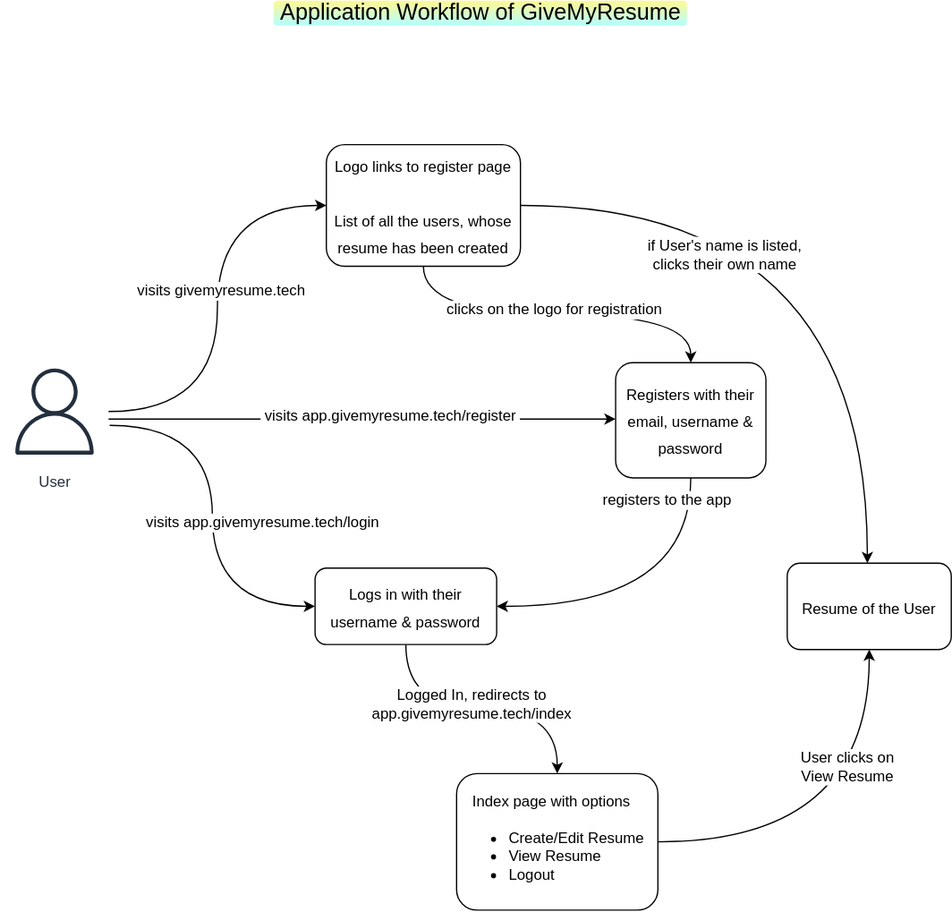
Before: app-architecture.drawio.svg, a diagram exported from draw.io (givemyresume/doc). Source tidied: cells renumbered, new cells last; positions are measured from the earlier drawing's top-left corner, leaving out a move shared by most shapes.
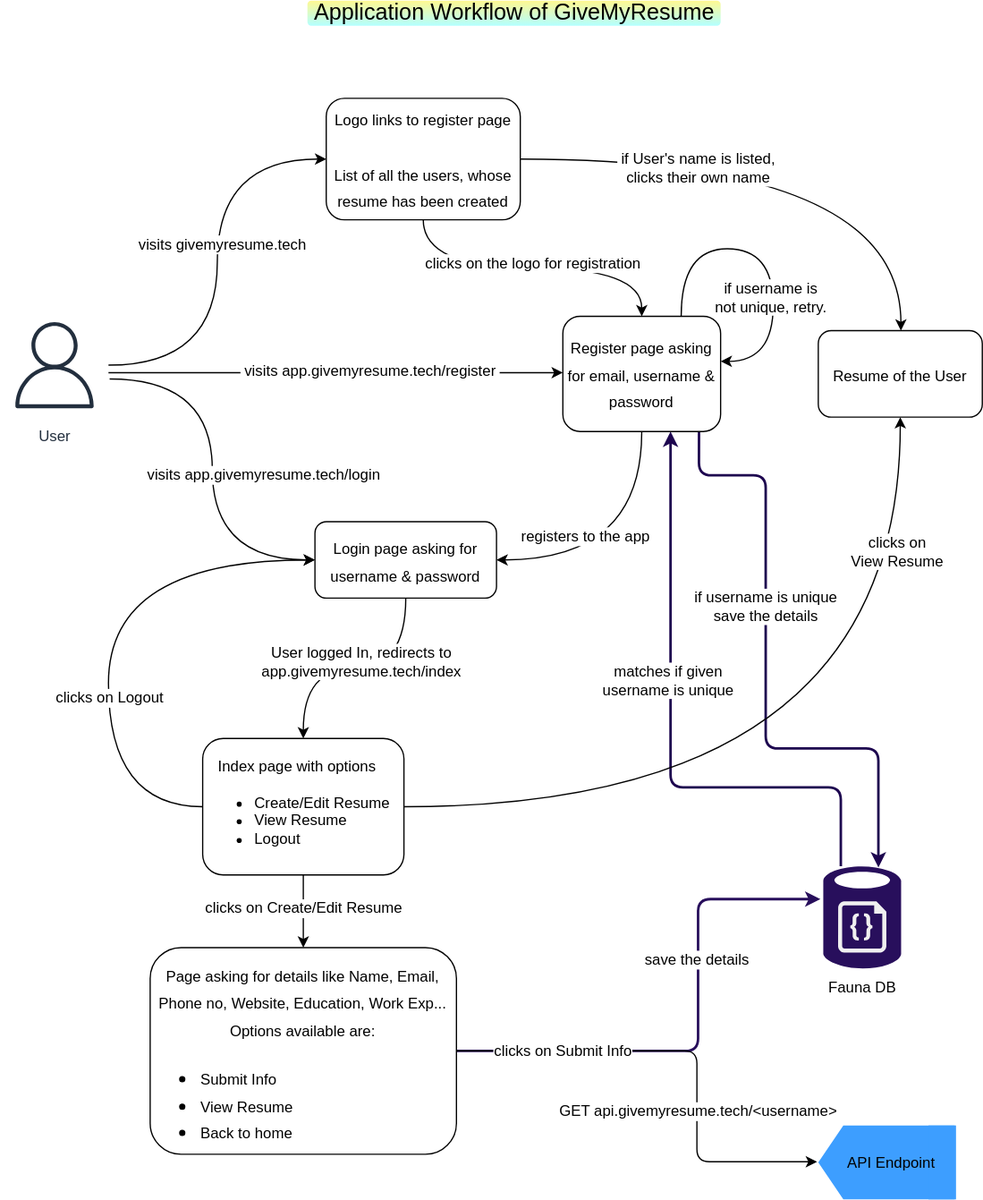
After the commit.

The edit, as a diff of the source:
```diff
@@ -2,14 +2,17 @@
   <root>
     <mxCell id="0" />
     <mxCell id="1" parent="0" />
+    <mxCell id="25" value="Fauna DB" style="sketch=0;shadow=0;dashed=0;html=1;strokeColor=none;labelPosition=center;verticalLabelPosition=bottom;verticalAlign=top;align=center;fillColor=#280F5C;shape=mxgraph.mscae.enterprise.database_generic;rounded=1;fontSize=12;" parent="1" vertex="1">
+      <mxGeometry x="648" y="727" width="62.2" height="84" as="geometry" />
+    </mxCell>
     <mxCell id="2" value="&lt;font style=&quot;font-size: 18px&quot;&gt;Application Workflow of GiveMyResume&lt;/font&gt;" style="text;html=1;align=center;verticalAlign=middle;strokeColor=none;fillColor=#FFF891;gradientColor=#B3FFFF;rounded=1;perimeterSpacing=30;strokeWidth=0;" parent="1" vertex="1">
-      <mxGeometry x="218" width="330" height="20" as="geometry" />
+      <mxGeometry x="236" y="37" width="330" height="20" as="geometry" />
     </mxCell>
     <mxCell id="3" style="edgeStyle=orthogonalEdgeStyle;jettySize=auto;html=1;fontSize=18;curved=1;" parent="1" edge="1" source="9" target="12">
       <mxGeometry relative="1" as="geometry">
         <Array as="points">
-          <mxPoint x="134" y="334" />
-          <mxPoint x="134" y="334" />
+          <mxPoint x="125" y="334" />
+          <mxPoint x="125" y="334" />
         </Array>
       </mxGeometry>
     </mxCell>
@@ -26,7 +29,11 @@
     </mxCell>
     <mxCell id="7" style="edgeStyle=orthogonalEdgeStyle;curved=1;jettySize=auto;html=1;entryX=0;entryY=0.5;entryDx=0;entryDy=0;fontSize=12;" parent="1" edge="1" target="21">
       <mxGeometry relative="1" as="geometry">
-        <mxPoint x="87" y="339" as="sourcePoint" />
+        <mxPoint x="78" y="339" as="sourcePoint" />
+        <Array as="points">
+          <mxPoint x="160" y="339" />
+          <mxPoint x="160" y="483" />
+        </Array>
       </mxGeometry>
     </mxCell>
     <mxCell id="8" value="visits app.givemyresume.tech/login" style="edgeLabel;html=1;align=center;verticalAlign=middle;fontSize=12;" parent="7" vertex="1">
@@ -35,18 +42,47 @@
       </mxGeometry>
     </mxCell>
     <mxCell id="9" value="User" style="sketch=0;outlineConnect=0;fontColor=#232F3E;gradientColor=none;strokeColor=#232F3E;fillColor=#ffffff;dashed=0;verticalLabelPosition=bottom;verticalAlign=top;align=center;html=1;fontSize=12;fontStyle=0;shape=mxgraph.aws4.resourceIcon;resIcon=mxgraph.aws4.user;rounded=1;" parent="1" vertex="1">
-      <mxGeometry y="285" width="86" height="86" as="geometry" />
+      <mxGeometry x="-9" y="285" width="86" height="86" as="geometry" />
     </mxCell>
     <mxCell id="10" style="edgeStyle=orthogonalEdgeStyle;curved=1;jettySize=auto;html=1;entryX=1;entryY=0.5;entryDx=0;entryDy=0;fontSize=12;exitX=0.5;exitY=1;exitDx=0;exitDy=0;" parent="1" edge="1" source="12" target="21">
       <mxGeometry relative="1" as="geometry" />
     </mxCell>
     <mxCell id="11" value="registers to the app" style="edgeLabel;html=1;align=center;verticalAlign=middle;fontSize=12;" parent="10" vertex="1">
       <mxGeometry x="-0.02" y="-12" relative="1" as="geometry">
-        <mxPoint x="5" y="-73" as="offset" />
+        <mxPoint x="-42" y="-7" as="offset" />
       </mxGeometry>
     </mxCell>
+    <mxCell id="26" style="edgeStyle=orthogonalEdgeStyle;jettySize=auto;html=1;fontSize=12;strokeColor=#1D054F;rounded=1;endArrow=none;endFill=0;startArrow=classic;startFill=1;strokeWidth=2;" parent="1" edge="1" source="12">
+      <mxGeometry relative="1" as="geometry">
+        <mxPoint x="662" y="728" as="targetPoint" />
+        <Array as="points">
+          <mxPoint x="526" y="665" />
+          <mxPoint x="662" y="665" />
+        </Array>
+      </mxGeometry>
+    </mxCell>
+    <mxCell id="27" value="matches if given&lt;br&gt;username is unique" style="edgeLabel;html=1;align=center;verticalAlign=middle;fontSize=12;" parent="26" vertex="1">
+      <mxGeometry x="-0.42" relative="1" as="geometry">
+        <mxPoint x="-3" y="58" as="offset" />
+      </mxGeometry>
+    </mxCell>
+    <mxCell id="28" style="edgeStyle=orthogonalEdgeStyle;rounded=1;jettySize=auto;html=1;exitX=0.863;exitY=1;exitDx=0;exitDy=0;fontSize=12;startArrow=none;startFill=0;endArrow=classic;endFill=1;strokeColor=#1D054F;entryX=0.708;entryY=0.024;entryDx=0;entryDy=0;entryPerimeter=0;exitPerimeter=0;strokeWidth=2;" parent="1" edge="1" source="12" target="25">
+      <mxGeometry relative="1" as="geometry">
+        <Array as="points">
+          <mxPoint x="549" y="416" />
+          <mxPoint x="602" y="416" />
+          <mxPoint x="602" y="634" />
+          <mxPoint x="692" y="634" />
+        </Array>
+      </mxGeometry>
+    </mxCell>
+    <mxCell id="29" value="if username is unique &lt;br&gt;save the details" style="edgeLabel;html=1;align=center;verticalAlign=middle;fontSize=12;" parent="28" vertex="1">
+      <mxGeometry x="-0.42" y="-3" relative="1" as="geometry">
+        <mxPoint x="2" y="49" as="offset" />
+      </mxGeometry>
+    </mxCell>
-    <mxCell id="12" value="&lt;font style=&quot;font-size: 12px&quot;&gt;Registers with their email, username &amp;amp; password&lt;/font&gt;" style="rounded=1;whiteSpace=wrap;html=1;fontSize=18;strokeWidth=1;fillColor=#FFFFFF;gradientColor=none;align=center;" parent="1" vertex="1">
-      <mxGeometry x="491" y="289" width="120" height="92" as="geometry" />
+    <mxCell id="12" value="&lt;font style=&quot;font-size: 12px&quot;&gt;Register page asking for email, username &amp;amp; password&lt;/font&gt;" style="rounded=1;whiteSpace=wrap;html=1;fontSize=18;strokeWidth=1;fillColor=#FFFFFF;gradientColor=none;align=center;" parent="1" vertex="1">
+      <mxGeometry x="440" y="289" width="126" height="92" as="geometry" />
     </mxCell>
     <mxCell id="13" style="edgeStyle=orthogonalEdgeStyle;curved=1;jettySize=auto;html=1;entryX=0.5;entryY=0;entryDx=0;entryDy=0;fontSize=12;exitX=0.5;exitY=1;exitDx=0;exitDy=0;" parent="1" edge="1" source="17" target="12">
       <mxGeometry relative="1" as="geometry" />
@@ -59,42 +95,121 @@
     <mxCell id="15" style="edgeStyle=orthogonalEdgeStyle;curved=1;jettySize=auto;html=1;fontSize=9;" parent="1" edge="1" source="17" target="18">
       <mxGeometry relative="1" as="geometry">
         <Array as="points">
-          <mxPoint x="692" y="164" />
+          <mxPoint x="710" y="163" />
         </Array>
       </mxGeometry>
     </mxCell>
     <mxCell id="16" value="&lt;span style=&quot;font-size: 12px&quot;&gt;&amp;nbsp;if User's name is listed,&amp;nbsp;&lt;br&gt;&amp;nbsp;clicks their own name&amp;nbsp;&lt;/span&gt;" style="edgeLabel;html=1;align=center;verticalAlign=middle;fontSize=9;" parent="15" vertex="1">
       <mxGeometry x="-0.32" y="2" relative="1" as="geometry">
-        <mxPoint x="-28" y="41" as="offset" />
+        <mxPoint x="-8" y="9" as="offset" />
       </mxGeometry>
     </mxCell>
     <mxCell id="17" value="&lt;span style=&quot;font-size: 12px&quot;&gt;Logo links to register page&lt;br&gt;&lt;br&gt;List of all the users, whose resume has been created&lt;br&gt;&lt;/span&gt;" style="rounded=1;whiteSpace=wrap;html=1;fontSize=18;strokeWidth=1;fillColor=#FFFFFF;gradientColor=none;align=center;" parent="1" vertex="1">
-      <mxGeometry x="260" y="115" width="155" height="97" as="geometry" />
+      <mxGeometry x="251" y="115" width="155" height="97" as="geometry" />
     </mxCell>
     <mxCell id="18" value="&lt;font style=&quot;font-size: 12px&quot;&gt;Resume of the User&lt;/font&gt;" style="rounded=1;whiteSpace=wrap;html=1;fontSize=18;strokeWidth=1;fillColor=#FFFFFF;gradientColor=none;align=center;" parent="1" vertex="1">
-      <mxGeometry x="628" y="449" width="131" height="69" as="geometry" />
+      <mxGeometry x="644" y="300.5" width="131" height="69" as="geometry" />
     </mxCell>
     <mxCell id="19" style="edgeStyle=orthogonalEdgeStyle;curved=1;jettySize=auto;html=1;entryX=0.5;entryY=0;entryDx=0;entryDy=0;fontSize=12;" parent="1" edge="1" source="21" target="24">
       <mxGeometry relative="1" as="geometry" />
     </mxCell>
-    <mxCell id="20" value="Logged In, redirects to&lt;br&gt;app.givemyresume.tech/index" style="edgeLabel;html=1;align=center;verticalAlign=middle;fontSize=12;" parent="19" vertex="1">
+    <mxCell id="20" value="User logged In, redirects to&lt;br&gt;app.givemyresume.tech/index" style="edgeLabel;html=1;align=center;verticalAlign=middle;fontSize=12;" parent="19" vertex="1">
       <mxGeometry x="-0.12" y="4" relative="1" as="geometry">
-        <mxPoint x="5" as="offset" />
+        <mxPoint x="-7" y="-10" as="offset" />
       </mxGeometry>
     </mxCell>
-    <mxCell id="21" value="&lt;font style=&quot;font-size: 12px&quot;&gt;Logs in with their username &amp;amp; password&lt;/font&gt;" style="rounded=1;whiteSpace=wrap;html=1;fontSize=18;strokeWidth=1;fillColor=#FFFFFF;gradientColor=none;align=center;" parent="1" vertex="1">
-      <mxGeometry x="251" y="453" width="145" height="61" as="geometry" />
+    <mxCell id="21" value="&lt;font style=&quot;font-size: 12px&quot;&gt;Login page asking for username &amp;amp; password&lt;/font&gt;" style="rounded=1;whiteSpace=wrap;html=1;fontSize=18;strokeWidth=1;fillColor=#FFFFFF;gradientColor=none;align=center;" parent="1" vertex="1">
+      <mxGeometry x="242" y="453" width="145" height="61" as="geometry" />
     </mxCell>
     <mxCell id="22" style="edgeStyle=orthogonalEdgeStyle;curved=1;jettySize=auto;html=1;entryX=0.5;entryY=1;entryDx=0;entryDy=0;fontSize=12;" parent="1" edge="1" source="24" target="18">
       <mxGeometry relative="1" as="geometry" />
     </mxCell>
-    <mxCell id="23" value="User clicks on&lt;br&gt;View Resume" style="edgeLabel;html=1;align=center;verticalAlign=middle;fontSize=12;" parent="22" vertex="1">
+    <mxCell id="23" value="clicks on&lt;br&gt;View Resume" style="edgeLabel;html=1;align=center;verticalAlign=middle;fontSize=12;" parent="22" vertex="1">
       <mxGeometry x="-0.18" y="36" relative="1" as="geometry">
-        <mxPoint x="19" y="-24" as="offset" />
+        <mxPoint x="104" y="-168" as="offset" />
       </mxGeometry>
     </mxCell>
+    <mxCell id="30" style="edgeStyle=orthogonalEdgeStyle;curved=1;jettySize=auto;html=1;entryX=0;entryY=0.5;entryDx=0;entryDy=0;fontSize=12;exitX=0;exitY=0.5;exitDx=0;exitDy=0;" parent="1" edge="1" source="24" target="21">
+      <mxGeometry relative="1" as="geometry">
+        <Array as="points">
+          <mxPoint x="77" y="681" />
+          <mxPoint x="77" y="484" />
+        </Array>
+      </mxGeometry>
+    </mxCell>
+    <mxCell id="31" value="clicks on Logout" style="edgeLabel;html=1;align=center;verticalAlign=middle;fontSize=12;" parent="30" vertex="1">
+      <mxGeometry x="-0.26" relative="1" as="geometry" />
+    </mxCell>
+    <mxCell id="32" style="edgeStyle=orthogonalEdgeStyle;curved=1;jettySize=auto;html=1;fontSize=12;entryX=0.5;entryY=0;entryDx=0;entryDy=0;" parent="1" edge="1" source="24" target="39">
+      <mxGeometry relative="1" as="geometry" />
+    </mxCell>
+    <mxCell id="33" value="&amp;nbsp;clicks on Create/Edit Resume&amp;nbsp;" style="edgeLabel;html=1;align=center;verticalAlign=middle;fontSize=12;" parent="32" vertex="1">
+      <mxGeometry x="-0.09" relative="1" as="geometry" />
+    </mxCell>
     <mxCell id="24" value="&lt;div style=&quot;text-align: center&quot;&gt;&lt;span style=&quot;font-size: 12px&quot;&gt;Index page with options&lt;/span&gt;&lt;/div&gt;&lt;font style=&quot;font-size: 12px&quot;&gt;&lt;ul&gt;&lt;li style=&quot;text-align: center&quot;&gt;&lt;font style=&quot;font-size: 12px&quot;&gt;Create/Edit Resume&lt;/font&gt;&lt;/li&gt;&lt;li&gt;&lt;font style=&quot;font-size: 12px&quot;&gt;View Resume&lt;/font&gt;&lt;/li&gt;&lt;li&gt;&lt;font style=&quot;font-size: 12px&quot;&gt;Logout&lt;/font&gt;&lt;/li&gt;&lt;/ul&gt;&lt;/font&gt;" style="rounded=1;whiteSpace=wrap;html=1;fontSize=18;strokeWidth=1;fillColor=#FFFFFF;gradientColor=none;align=left;" parent="1" vertex="1">
-      <mxGeometry x="364" y="617" width="160.8" height="109" as="geometry" />
+      <mxGeometry x="152.3" y="626" width="160.8" height="109" as="geometry" />
     </mxCell>
+    <mxCell id="34" style="edgeStyle=orthogonalEdgeStyle;jettySize=auto;html=1;entryX=-0.037;entryY=0.325;entryDx=0;entryDy=0;entryPerimeter=0;fontSize=12;startArrow=none;startFill=0;endArrow=classic;endFill=1;strokeColor=#280F5C;strokeWidth=2;rounded=1;" parent="1" edge="1" source="39" target="25">
+      <mxGeometry relative="1" as="geometry">
+        <Array as="points">
+          <mxPoint x="548" y="876" />
+          <mxPoint x="548" y="754" />
+        </Array>
+      </mxGeometry>
+    </mxCell>
+    <mxCell id="35" value="save the details" style="edgeLabel;html=1;align=center;verticalAlign=middle;fontSize=12;" parent="34" vertex="1">
+      <mxGeometry x="0.31" y="2" relative="1" as="geometry">
+        <mxPoint y="5" as="offset" />
+      </mxGeometry>
+    </mxCell>
+    <mxCell id="36" style="edgeStyle=orthogonalEdgeStyle;rounded=1;jettySize=auto;html=1;fontSize=12;startArrow=none;startFill=0;endArrow=classic;endFill=1;strokeColor=#000000;strokeWidth=1;" parent="1" edge="1" source="39">
+      <mxGeometry relative="1" as="geometry">
+        <mxPoint x="643" y="964" as="targetPoint" />
+        <Array as="points">
+          <mxPoint x="547" y="876" />
+          <mxPoint x="547" y="964" />
+          <mxPoint x="634" y="964" />
+        </Array>
+      </mxGeometry>
+    </mxCell>
+    <mxCell id="37" value="clicks on Submit Info" style="edgeLabel;html=1;align=center;verticalAlign=middle;fontSize=12;" parent="36" vertex="1">
+      <mxGeometry x="-0.6" relative="1" as="geometry">
+        <mxPoint x="10" as="offset" />
+      </mxGeometry>
+    </mxCell>
+    <mxCell id="38" value="GET api.givemyresume.tech/&amp;lt;username&amp;gt;" style="edgeLabel;html=1;align=center;verticalAlign=middle;fontSize=12;" parent="36" vertex="1">
+      <mxGeometry x="0.22" relative="1" as="geometry">
+        <mxPoint y="11" as="offset" />
+      </mxGeometry>
+    </mxCell>
+    <mxCell id="39" value="&lt;div&gt;&lt;font style=&quot;font-size: 12px&quot;&gt;&lt;br&gt;&lt;/font&gt;&lt;/div&gt;&lt;div&gt;&lt;font style=&quot;font-size: 12px&quot;&gt;Page asking for details like Name, Email, Phone no, Website, Education, Work Exp...&lt;/font&gt;&lt;/div&gt;&lt;div&gt;&lt;font style=&quot;font-size: 12px&quot;&gt;Options available are:&lt;/font&gt;&lt;/div&gt;&lt;div style=&quot;text-align: left&quot;&gt;&lt;ul&gt;&lt;li&gt;&lt;font style=&quot;font-size: 12px&quot;&gt;Submit Info&lt;/font&gt;&lt;/li&gt;&lt;li&gt;&lt;font style=&quot;font-size: 12px&quot;&gt;View Resume&lt;/font&gt;&lt;/li&gt;&lt;li&gt;&lt;span style=&quot;font-size: 12px&quot;&gt;Back to home&lt;/span&gt;&lt;/li&gt;&lt;/ul&gt;&lt;/div&gt;" style="rounded=1;whiteSpace=wrap;html=1;fontSize=18;strokeWidth=1;fillColor=#FFFFFF;gradientColor=none;align=center;" parent="1" vertex="1">
+      <mxGeometry x="110.4" y="793" width="244.6" height="165" as="geometry" />
+    </mxCell>
+    <mxCell id="40" style="sketch=0;shadow=0;dashed=0;html=1;strokeColor=none;labelPosition=center;verticalLabelPosition=bottom;verticalAlign=top;align=center;fillColor=#F0F0F0;shape=mxgraph.azure.code_file;rounded=1;fontSize=12;" parent="1" vertex="1">
+      <mxGeometry x="659.8" y="756" width="38.5" height="41" as="geometry" />
+    </mxCell>
+    <mxCell id="41" style="edgeStyle=orthogonalEdgeStyle;orthogonalLoop=1;jettySize=auto;html=1;exitX=0.75;exitY=0;exitDx=0;exitDy=0;entryX=1;entryY=0.391;entryDx=0;entryDy=0;entryPerimeter=0;fontSize=12;startArrow=none;startFill=0;endArrow=classic;endFill=1;strokeColor=#000000;strokeWidth=1;curved=1;" parent="1" edge="1" source="12" target="12">
+      <mxGeometry relative="1" as="geometry">
+        <Array as="points">
+          <mxPoint x="535" y="235" />
+          <mxPoint x="608" y="235" />
+          <mxPoint x="608" y="325" />
+        </Array>
+      </mxGeometry>
+    </mxCell>
+    <mxCell id="42" value="if username is &lt;br&gt;not unique, retry." style="edgeLabel;html=1;align=center;verticalAlign=middle;fontSize=12;" parent="41" vertex="1">
+      <mxGeometry x="0.2" y="-4" relative="1" as="geometry">
+        <mxPoint x="1" y="10" as="offset" />
+      </mxGeometry>
+    </mxCell>
+    <mxCell id="43" style="shape=step;perimeter=stepPerimeter;whiteSpace=wrap;html=1;fixedSize=1;rounded=0;fontSize=12;strokeColor=none;strokeWidth=1;fillColor=#3D9EFF;gradientColor=none;direction=west;" parent="1" vertex="1">
+      <mxGeometry x="644" y="935" width="109" height="59" as="geometry" />
+    </mxCell>
+    <mxCell id="44" style="rounded=0;whiteSpace=wrap;html=1;fontSize=12;strokeColor=none;strokeWidth=1;fillColor=#3D9EFF;gradientColor=none;" parent="1" vertex="1">
+      <mxGeometry x="732" y="935" width="22" height="59" as="geometry" />
+    </mxCell>
+    <mxCell id="45" value="&lt;span&gt;API Endpoint&lt;/span&gt;" style="text;html=1;align=center;verticalAlign=middle;strokeColor=none;fillColor=none;fontSize=12;" parent="1" vertex="1">
+      <mxGeometry x="662" y="955.5" width="80" height="18" as="geometry" />
+    </mxCell>
   </root>
 </mxGraphModel>
```
